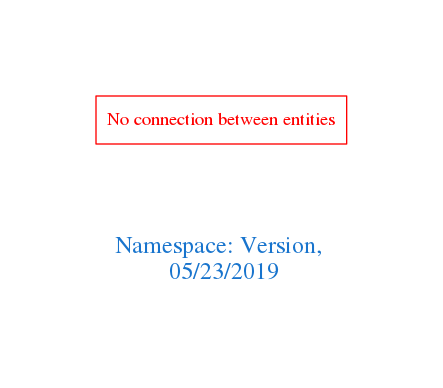
Earlier version of the Graphviz export downloads/Version.png (arago/OGIT). Its source is kept beside it as downloads/Version.dot.
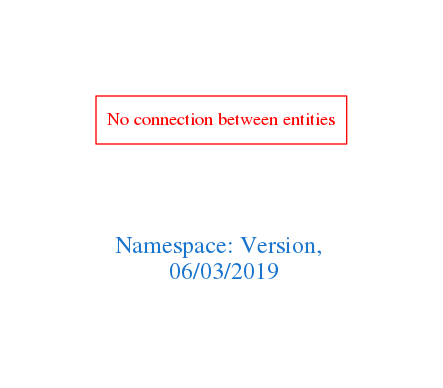
The same diagram one commit later.

Change to the diagram source:
```diff
@@ -1,7 +1,7 @@
 digraph OGIT_ontology {
  graph [ rankdir= LR,pad=1
 fontsize = 18,
-fontcolor= dodgerblue3,label = "\n\n\nNamespace: Version, \n 05/23/2019"];
+fontcolor= dodgerblue3,label = "\n\n\nNamespace: Version, \n 06/03/2019"];
 node[shape=polygon];
 edge [  color="gray81"];
 
```
